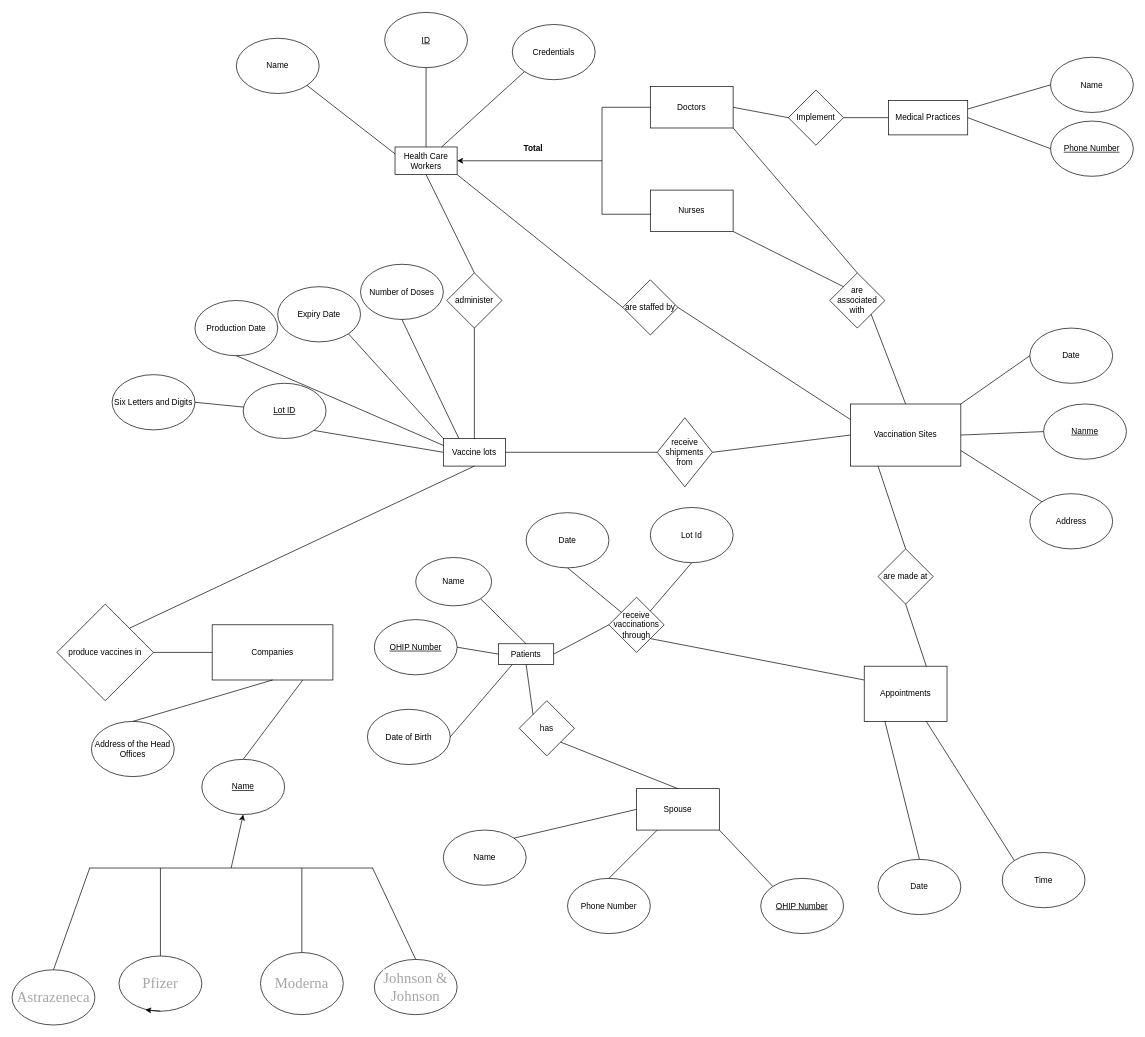
Before: as1.drawio in Jonascccc/CISC332, a draw.io diagram. Source tidied: cells renumbered, new cells numbered last; positions are measured from the earlier drawing's top-left corner, leaving out a move shared by most shapes. Both pictures are drawn from the tidied source at 69%, with x=0, y=0 at pixel (12, 12).
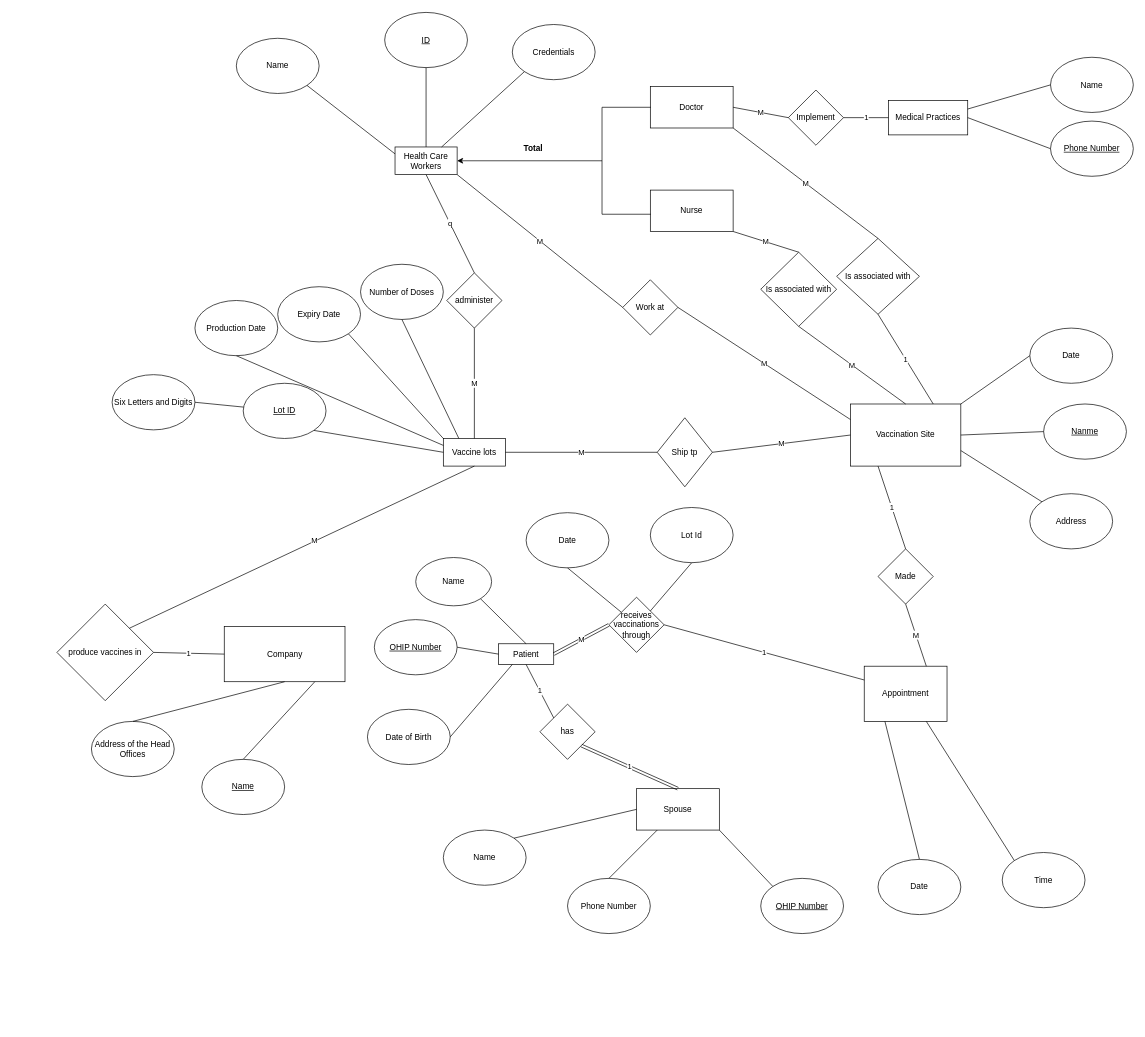
The same diagram, later.

The change refers to these unchanged cells:
```xml
<mxCell id="3" value="Vaccine lots" style="rounded=0;whiteSpace=wrap;html=1;" parent="1" vertex="1">
  <mxGeometry x="625" y="618" width="90" height="40" as="geometry" />
</mxCell>
<mxCell id="6" value="Health Care Workers" style="rounded=0;whiteSpace=wrap;html=1;" parent="1" vertex="1">
  <mxGeometry x="555" y="195.5" width="90" height="40" as="geometry" />
</mxCell>
<mxCell id="7" value="&lt;u&gt;Name&lt;/u&gt;" style="ellipse;whiteSpace=wrap;html=1;" parent="1" vertex="1">
  <mxGeometry x="275" y="1083" width="120" height="80" as="geometry" />
</mxCell>
<mxCell id="17" value="Medical Practices" style="rounded=0;whiteSpace=wrap;html=1;" parent="1" vertex="1">
  <mxGeometry x="1270" y="128" width="115" height="50" as="geometry" />
</mxCell>
<mxCell id="26" value="Spouse" style="rounded=0;whiteSpace=wrap;html=1;" parent="1" vertex="1">
  <mxGeometry x="905" y="1125.5" width="120" height="60" as="geometry" />
</mxCell>
<mxCell id="33" value="produce vaccines in" style="rhombus;whiteSpace=wrap;html=1;" parent="1" vertex="1">
  <mxGeometry x="65" y="858" width="140" height="140" as="geometry" />
</mxCell>
<mxCell id="37" value="administer" style="rhombus;whiteSpace=wrap;html=1;" parent="1" vertex="1">
  <mxGeometry x="630" y="378" width="80" height="80" as="geometry" />
</mxCell>
<mxCell id="57" value="Implement" style="rhombus;whiteSpace=wrap;html=1;strokeColor=default;fillColor=none;" parent="1" vertex="1">
  <mxGeometry x="1125" y="113" width="80" height="80" as="geometry" />
</mxCell>
<mxCell id="88" style="endArrow=none;html=1;rounded=0;entryX=0.5;entryY=1;entryDx=0;entryDy=0;exitX=1;exitY=0;exitDx=0;exitDy=0;" parent="1" edge="1" source="33" target="3">
  <mxGeometry relative="1" as="geometry" />
</mxCell>
```

Diff of the diagram source:
```diff
@@
-    <mxCell id="2" value="Companies" style="rounded=0;whiteSpace=wrap;html=1;" parent="1" vertex="1">
-      <mxGeometry x="290" y="888" width="175" height="80" as="geometry" />
+    <mxCell id="2" value="Company" style="rounded=0;whiteSpace=wrap;html=1;" parent="1" vertex="1">
+      <mxGeometry x="307.5" y="890.5" width="175" height="80" as="geometry" />
     </mxCell>
@@
-    <mxCell id="4" value="Vaccination Sites" style="rounded=0;whiteSpace=wrap;html=1;" parent="1" vertex="1">
+    <mxCell id="4" value="Vaccination Site" style="rounded=0;whiteSpace=wrap;html=1;" parent="1" vertex="1">
       <mxGeometry x="1215" y="568" width="160" height="90" as="geometry" />
     </mxCell>
-    <mxCell id="5" value="Patients" style="rounded=0;whiteSpace=wrap;html=1;" parent="1" vertex="1">
+    <mxCell id="5" value="Patient" style="rounded=0;whiteSpace=wrap;html=1;" parent="1" vertex="1">
       <mxGeometry x="705" y="915.5" width="80" height="30" as="geometry" />
     </mxCell>
@@
-    <mxCell id="34" value="receive shipments from" style="rhombus;whiteSpace=wrap;html=1;" parent="1" vertex="1">
+    <mxCell id="34" value="Ship tp" style="rhombus;whiteSpace=wrap;html=1;" parent="1" vertex="1">
       <mxGeometry x="935" y="588" width="80" height="100" as="geometry" />
     </mxCell>
-    <mxCell id="35" value="receive vaccinations through" style="rhombus;whiteSpace=wrap;html=1;" parent="1" vertex="1">
+    <mxCell id="35" value="receives vaccinations through" style="rhombus;whiteSpace=wrap;html=1;" parent="1" vertex="1">
       <mxGeometry x="865" y="848" width="80" height="80" as="geometry" />
     </mxCell>
@@
-    <mxCell id="38" value="&lt;p class=&quot;MsoNormal&quot;&gt;&lt;span style=&quot;font-family: &amp;#34;times new roman&amp;#34; ; color: rgb(165 , 165 , 165) ; letter-spacing: 0.1pt ; font-size: 16pt ; background: rgb(255 , 255 , 255)&quot;&gt;Johnson &amp;amp; Johnson&lt;/span&gt;&lt;/p&gt;" style="ellipse;whiteSpace=wrap;html=1;strokeColor=default;fillColor=none;" parent="1" vertex="1">
-      <mxGeometry x="525" y="1373" width="120" height="80" as="geometry" />
-    </mxCell>
-    <mxCell id="39" value="&lt;p class=&quot;MsoNormal&quot;&gt;&lt;span style=&quot;font-family: &amp;#34;times new roman&amp;#34; ; color: rgb(165 , 165 , 165) ; letter-spacing: 0.1pt ; font-size: 16pt ; background: rgb(255 , 255 , 255)&quot;&gt;Astrazeneca&lt;/span&gt;&lt;/p&gt;" style="ellipse;whiteSpace=wrap;html=1;strokeColor=default;fillColor=none;" parent="1" vertex="1">
-      <mxGeometry y="1388" width="120" height="80" as="geometry" />
-    </mxCell>
-    <mxCell id="40" style="edgeStyle=none;rounded=0;jettySize=auto;html=1;entryX=0.5;entryY=1;entryDx=0;entryDy=0;exitX=0;exitY=0.5;exitDx=0;exitDy=0;" parent="1" edge="1" source="62" target="7">
-      <mxGeometry relative="1" as="geometry" />
-    </mxCell>
-    <mxCell id="41" value="&lt;p class=&quot;MsoNormal&quot;&gt;&lt;span style=&quot;font-family: &amp;#34;times new roman&amp;#34; ; color: rgb(165 , 165 , 165) ; letter-spacing: 0.1pt ; font-size: 16pt ; background: rgb(255 , 255 , 255)&quot;&gt;Moderna&lt;/span&gt;&lt;/p&gt;" style="ellipse;whiteSpace=wrap;html=1;strokeColor=default;fillColor=none;" parent="1" vertex="1">
-      <mxGeometry x="360" y="1363" width="120" height="90" as="geometry" />
-    </mxCell>
-    <mxCell id="42" value="&lt;p class=&quot;MsoNormal&quot;&gt;&lt;span style=&quot;font-family: &amp;#34;times new roman&amp;#34; ; color: rgb(165 , 165 , 165) ; letter-spacing: 0.1pt ; font-size: 16pt ; background: rgb(255 , 255 , 255)&quot;&gt;Pfizer&lt;/span&gt;&lt;/p&gt;" style="ellipse;whiteSpace=wrap;html=1;strokeColor=default;fillColor=none;" parent="1" vertex="1">
-      <mxGeometry x="155" y="1368" width="120" height="80" as="geometry" />
-    </mxCell>
-    <mxCell id="43" style="edgeStyle=none;rounded=0;orthogonalLoop=1;jettySize=auto;html=1;exitX=1;exitY=1;exitDx=0;exitDy=0;" parent="1" edge="1" source="42" target="42">
-      <mxGeometry relative="1" as="geometry" />
-    </mxCell>
@@
     <mxCell id="45" value="has" style="rhombus;whiteSpace=wrap;html=1;strokeColor=default;fillColor=none;" parent="1" vertex="1">
-      <mxGeometry x="735" y="998" width="80" height="80" as="geometry" />
+      <mxGeometry x="765" y="1003" width="80" height="80" as="geometry" />
     </mxCell>
@@
-    <mxCell id="48" value="Appointments" style="rounded=0;whiteSpace=wrap;html=1;strokeColor=default;fillColor=none;" parent="1" vertex="1">
+    <mxCell id="48" value="Appointment" style="rounded=0;whiteSpace=wrap;html=1;strokeColor=default;fillColor=none;" parent="1" vertex="1">
       <mxGeometry x="1235" y="948" width="120" height="80" as="geometry" />
     </mxCell>
-    <mxCell id="49" value="are made at" style="rhombus;whiteSpace=wrap;html=1;strokeColor=default;fillColor=none;" parent="1" vertex="1">
+    <mxCell id="49" value="Made" style="rhombus;whiteSpace=wrap;html=1;strokeColor=default;fillColor=none;" parent="1" vertex="1">
       <mxGeometry x="1255" y="778" width="80" height="80" as="geometry" />
     </mxCell>
@@
-    <mxCell id="53" value="are staffed by" style="rhombus;whiteSpace=wrap;html=1;strokeColor=default;fillColor=none;" parent="1" vertex="1">
+    <mxCell id="53" value="Work at" style="rhombus;whiteSpace=wrap;html=1;strokeColor=default;fillColor=none;" parent="1" vertex="1">
       <mxGeometry x="885" y="388" width="80" height="80" as="geometry" />
     </mxCell>
@@
-    <mxCell id="55" value="Nurses" style="rounded=0;whiteSpace=wrap;html=1;strokeColor=default;fillColor=none;" parent="1" vertex="1">
+    <mxCell id="55" value="Nurse" style="rounded=0;whiteSpace=wrap;html=1;strokeColor=default;fillColor=none;" parent="1" vertex="1">
       <mxGeometry x="925" y="258" width="120" height="60" as="geometry" />
     </mxCell>
-    <mxCell id="56" value="Doctors" style="rounded=0;whiteSpace=wrap;html=1;strokeColor=default;fillColor=none;" parent="1" vertex="1">
+    <mxCell id="56" value="Doctor" style="rounded=0;whiteSpace=wrap;html=1;strokeColor=default;fillColor=none;" parent="1" vertex="1">
       <mxGeometry x="925" y="108" width="120" height="60" as="geometry" />
     </mxCell>
@@
-    <mxCell id="61" value="are associated with" style="rhombus;whiteSpace=wrap;html=1;strokeColor=default;fillColor=none;" parent="1" vertex="1">
-      <mxGeometry x="1185" y="378" width="80" height="80" as="geometry" />
+    <mxCell id="61" value="Is associated with" style="rhombus;whiteSpace=wrap;html=1;strokeColor=default;fillColor=none;" parent="1" vertex="1">
+      <mxGeometry x="1085" y="348" width="110" height="107.5" as="geometry" />
     </mxCell>
-    <mxCell id="62" style="shape=partialRectangle;whiteSpace=wrap;html=1;right=0;top=0;bottom=0;fillColor=none;routingCenterX=-0.5;rotation=90;" parent="1" vertex="1">
-      <mxGeometry x="235" y="1118" width="165" height="410" as="geometry" />
-    </mxCell>
-    <mxCell id="63" style="endArrow=none;html=1;rounded=0;entryX=0;entryY=0;entryDx=0;entryDy=0;exitX=0.5;exitY=0;exitDx=0;exitDy=0;" parent="1" edge="1" source="38" target="62">
-      <mxGeometry relative="1" as="geometry" />
-    </mxCell>
-    <mxCell id="64" style="endArrow=none;html=1;rounded=0;entryX=0;entryY=0.25;entryDx=0;entryDy=0;exitX=0.5;exitY=0;exitDx=0;exitDy=0;" parent="1" edge="1" source="41" target="62">
-      <mxGeometry relative="1" as="geometry" />
-    </mxCell>
-    <mxCell id="65" style="endArrow=none;html=1;rounded=0;entryX=0;entryY=0.75;entryDx=0;entryDy=0;exitX=0.5;exitY=0;exitDx=0;exitDy=0;" parent="1" edge="1" source="42" target="62">
-      <mxGeometry relative="1" as="geometry" />
-    </mxCell>
-    <mxCell id="66" style="endArrow=none;html=1;rounded=0;entryX=0;entryY=1;entryDx=0;entryDy=0;exitX=0.5;exitY=0;exitDx=0;exitDy=0;" parent="1" edge="1" source="39" target="62">
-      <mxGeometry relative="1" as="geometry" />
-    </mxCell>
@@
-    <mxCell id="68" style="endArrow=none;html=1;rounded=0;entryX=1;entryY=1;entryDx=0;entryDy=0;exitX=0;exitY=0;exitDx=0;exitDy=0;" parent="1" edge="1" source="61" target="55">
+    <mxCell id="68" value="M" style="endArrow=none;html=1;rounded=0;entryX=1;entryY=1;entryDx=0;entryDy=0;exitX=0.5;exitY=0;exitDx=0;exitDy=0;" parent="1" edge="1" source="61" target="55">
       <mxGeometry relative="1" as="geometry" />
     </mxCell>
-    <mxCell id="69" style="endArrow=none;html=1;rounded=0;entryX=1;entryY=1;entryDx=0;entryDy=0;exitX=0.5;exitY=0;exitDx=0;exitDy=0;" parent="1" edge="1" source="61" target="56">
+    <mxCell id="69" value="M" style="endArrow=none;html=1;rounded=0;entryX=1;entryY=1;entryDx=0;entryDy=0;exitX=0.5;exitY=0;exitDx=0;exitDy=0;" parent="1" edge="1" source="113" target="56">
       <mxGeometry relative="1" as="geometry" />
     </mxCell>
-    <mxCell id="70" style="endArrow=none;html=1;rounded=0;entryX=1;entryY=1;entryDx=0;entryDy=0;exitX=0.5;exitY=0;exitDx=0;exitDy=0;" parent="1" edge="1" source="4" target="61">
+    <mxCell id="70" value="M" style="endArrow=none;html=1;rounded=0;entryX=0.5;entryY=1;entryDx=0;entryDy=0;exitX=0.5;exitY=0;exitDx=0;exitDy=0;" parent="1" edge="1" source="4" target="61">
       <mxGeometry relative="1" as="geometry" />
     </mxCell>
-    <mxCell id="71" style="endArrow=none;html=1;rounded=0;entryX=0;entryY=0.5;entryDx=0;entryDy=0;exitX=1;exitY=0.5;exitDx=0;exitDy=0;" parent="1" edge="1" source="33" target="2">
+    <mxCell id="71" value="1" style="endArrow=none;html=1;rounded=0;entryX=0;entryY=0.5;entryDx=0;entryDy=0;exitX=1;exitY=0.5;exitDx=0;exitDy=0;" parent="1" edge="1" source="33" target="2">
       <mxGeometry relative="1" as="geometry" />
     </mxCell>
@@
-    <mxCell id="77" style="endArrow=none;html=1;rounded=0;entryX=1;entryY=1;entryDx=0;entryDy=0;exitX=0.5;exitY=0;exitDx=0;exitDy=0;" parent="1" edge="1" source="26" target="45">
+    <mxCell id="77" value="1" style="endArrow=none;html=1;rounded=0;entryX=1;entryY=1;entryDx=0;entryDy=0;exitX=0.5;exitY=0;exitDx=0;exitDy=0;shape=link;" parent="1" edge="1" source="26" target="45">
       <mxGeometry relative="1" as="geometry" />
     </mxCell>
-    <mxCell id="78" style="endArrow=none;html=1;rounded=0;entryX=0.5;entryY=1;entryDx=0;entryDy=0;exitX=0;exitY=0;exitDx=0;exitDy=0;" parent="1" edge="1" source="45" target="5">
+    <mxCell id="78" value="1" style="endArrow=none;html=1;rounded=0;entryX=0.5;entryY=1;entryDx=0;entryDy=0;exitX=0;exitY=0;exitDx=0;exitDy=0;" parent="1" edge="1" source="45" target="5">
       <mxGeometry relative="1" as="geometry" />
     </mxCell>
@@
-    <mxCell id="84" style="endArrow=none;html=1;rounded=0;entryX=0;entryY=0.5;entryDx=0;entryDy=0;exitX=1;exitY=0.5;exitDx=0;exitDy=0;" parent="1" edge="1" source="5" target="35">
+    <mxCell id="84" value="M" style="endArrow=none;html=1;rounded=0;entryX=0;entryY=0.5;entryDx=0;entryDy=0;exitX=1;exitY=0.5;exitDx=0;exitDy=0;shape=link;" parent="1" edge="1" source="5" target="35">
       <mxGeometry relative="1" as="geometry" />
     </mxCell>
-    <mxCell id="85" style="endArrow=none;html=1;rounded=0;entryX=0;entryY=0.25;entryDx=0;entryDy=0;exitX=1;exitY=1;exitDx=0;exitDy=0;" parent="1" edge="1" source="35" target="48">
+    <mxCell id="85" value="1" style="endArrow=none;html=1;rounded=0;entryX=0;entryY=0.25;entryDx=0;entryDy=0;exitX=1;exitY=0.5;exitDx=0;exitDy=0;" parent="1" edge="1" source="35" target="48">
       <mxGeometry relative="1" as="geometry" />
     </mxCell>
-    <mxCell id="86" style="endArrow=none;html=1;rounded=0;entryX=0.5;entryY=1;entryDx=0;entryDy=0;exitX=0.75;exitY=0;exitDx=0;exitDy=0;" parent="1" edge="1" source="48" target="49">
+    <mxCell id="86" value="M" style="endArrow=none;html=1;rounded=0;entryX=0.5;entryY=1;entryDx=0;entryDy=0;exitX=0.75;exitY=0;exitDx=0;exitDy=0;" parent="1" edge="1" source="48" target="49">
       <mxGeometry relative="1" as="geometry" />
     </mxCell>
-    <mxCell id="87" style="endArrow=none;html=1;rounded=0;entryX=0.25;entryY=1;entryDx=0;entryDy=0;exitX=0.5;exitY=0;exitDx=0;exitDy=0;" parent="1" edge="1" source="49" target="4">
+    <mxCell id="87" value="1" style="endArrow=none;html=1;rounded=0;entryX=0.25;entryY=1;entryDx=0;entryDy=0;exitX=0.5;exitY=0;exitDx=0;exitDy=0;" parent="1" edge="1" source="49" target="4">
       <mxGeometry relative="1" as="geometry" />
     </mxCell>
@@
+    <mxCell id="111" value="M" style="edgeLabel;html=1;align=center;verticalAlign=middle;" parent="88" vertex="1">
+      <mxGeometry x="0.07" y="2" relative="1" as="geometry" />
+    </mxCell>
-    <mxCell id="89" style="endArrow=none;html=1;rounded=0;entryX=0;entryY=0.5;entryDx=0;entryDy=0;exitX=1;exitY=0.5;exitDx=0;exitDy=0;" parent="1" edge="1" source="34" target="4">
+    <mxCell id="89" value="M" style="endArrow=none;html=1;rounded=0;entryX=0;entryY=0.5;entryDx=0;entryDy=0;exitX=1;exitY=0.5;exitDx=0;exitDy=0;" parent="1" edge="1" source="34" target="4">
       <mxGeometry relative="1" as="geometry" />
     </mxCell>
-    <mxCell id="90" style="endArrow=none;html=1;rounded=0;exitX=1;exitY=0.5;exitDx=0;exitDy=0;" parent="1" edge="1" source="3">
+    <mxCell id="90" value="M" style="endArrow=none;html=1;rounded=0;exitX=1;exitY=0.5;exitDx=0;exitDy=0;" parent="1" edge="1" source="3">
       <mxGeometry relative="1" as="geometry">
         <mxPoint x="935" y="638" as="targetPoint" />
       </mxGeometry>
     </mxCell>
-    <mxCell id="91" style="endArrow=none;html=1;rounded=0;entryX=0.5;entryY=1;entryDx=0;entryDy=0;exitX=0.5;exitY=0;exitDx=0;exitDy=0;" parent="1" edge="1" source="3" target="37">
+    <mxCell id="91" value="M" style="endArrow=none;html=1;rounded=0;entryX=0.5;entryY=1;entryDx=0;entryDy=0;exitX=0.5;exitY=0;exitDx=0;exitDy=0;" parent="1" edge="1" source="3" target="37">
       <mxGeometry relative="1" as="geometry" />
     </mxCell>
@@
-    <mxCell id="96" style="endArrow=none;html=1;rounded=0;entryX=0;entryY=0.5;entryDx=0;entryDy=0;exitX=1;exitY=0.5;exitDx=0;exitDy=0;" parent="1" edge="1" source="56" target="57">
+    <mxCell id="96" value="M" style="endArrow=none;html=1;rounded=0;entryX=0;entryY=0.5;entryDx=0;entryDy=0;exitX=1;exitY=0.5;exitDx=0;exitDy=0;" parent="1" edge="1" source="56" target="57">
       <mxGeometry relative="1" as="geometry" />
     </mxCell>
-    <mxCell id="97" style="endArrow=none;html=1;rounded=0;entryX=1;entryY=0.5;entryDx=0;entryDy=0;exitX=0;exitY=0.25;exitDx=0;exitDy=0;" parent="1" edge="1" source="4" target="53">
+    <mxCell id="97" value="M" style="endArrow=none;html=1;rounded=0;entryX=1;entryY=0.5;entryDx=0;entryDy=0;exitX=0;exitY=0.25;exitDx=0;exitDy=0;" parent="1" edge="1" source="4" target="53">
       <mxGeometry relative="1" as="geometry" />
     </mxCell>
@@
-    <mxCell id="101" style="endArrow=none;html=1;rounded=0;entryX=0.5;entryY=0;entryDx=0;entryDy=0;exitX=0.5;exitY=1;exitDx=0;exitDy=0;" parent="1" edge="1" source="6" target="37">
+    <mxCell id="101" value="q" style="endArrow=none;html=1;rounded=0;entryX=0.5;entryY=0;entryDx=0;entryDy=0;exitX=0.5;exitY=1;exitDx=0;exitDy=0;" parent="1" edge="1" source="6" target="37">
       <mxGeometry relative="1" as="geometry" />
     </mxCell>
-    <mxCell id="102" style="endArrow=none;html=1;rounded=0;entryX=0;entryY=0.5;entryDx=0;entryDy=0;exitX=1;exitY=1;exitDx=0;exitDy=0;" parent="1" edge="1" source="6" target="53">
+    <mxCell id="102" value="M" style="endArrow=none;html=1;rounded=0;entryX=0;entryY=0.5;entryDx=0;entryDy=0;exitX=1;exitY=1;exitDx=0;exitDy=0;" parent="1" edge="1" source="6" target="53">
       <mxGeometry relative="1" as="geometry" />
     </mxCell>
@@
-    <mxCell id="105" style="endArrow=none;html=1;rounded=0;entryX=0;entryY=0.5;entryDx=0;entryDy=0;exitX=1;exitY=0.5;exitDx=0;exitDy=0;" parent="1" edge="1" source="57" target="17">
+    <mxCell id="105" value="1" style="endArrow=none;html=1;rounded=0;entryX=0;entryY=0.5;entryDx=0;entryDy=0;exitX=1;exitY=0.5;exitDx=0;exitDy=0;" parent="1" edge="1" source="57" target="17">
       <mxGeometry relative="1" as="geometry" />
     </mxCell>
-    <mxCell id="106" style="edgeStyle=none;rounded=0;orthogonalLoop=1;jettySize=auto;html=1;exitX=0;exitY=0;exitDx=0;exitDy=0;" parent="1" edge="1" source="39" target="39">
-      <mxGeometry relative="1" as="geometry" />
-    </mxCell>
@@
-    <mxCell id="109" style="edgeStyle=none;rounded=0;orthogonalLoop=1;jettySize=auto;html=1;exitX=1;exitY=0.25;exitDx=0;exitDy=0;" parent="1" edge="1" source="62" target="62">
-      <mxGeometry relative="1" as="geometry" />
-    </mxCell>
-    <mxCell id="110" style="edgeStyle=none;rounded=0;orthogonalLoop=1;jettySize=auto;html=1;exitX=0.5;exitY=1;exitDx=0;exitDy=0;entryX=0.317;entryY=0.975;entryDx=0;entryDy=0;entryPerimeter=0;" parent="1" edge="1" source="42" target="42">
-      <mxGeometry relative="1" as="geometry" />
-    </mxCell>
+    <mxCell id="112" value="1" style="endArrow=none;html=1;rounded=0;entryX=0.5;entryY=1;entryDx=0;entryDy=0;exitX=0.75;exitY=0;exitDx=0;exitDy=0;" parent="1" edge="1" source="4" target="113">
+      <mxGeometry relative="1" as="geometry" />
+    </mxCell>
+    <mxCell id="113" value="Is associated with" style="rhombus;whiteSpace=wrap;html=1;strokeColor=default;fillColor=none;" parent="1" vertex="1">
+      <mxGeometry x="1195" y="328" width="120" height="110" as="geometry" />
+    </mxCell>
```
